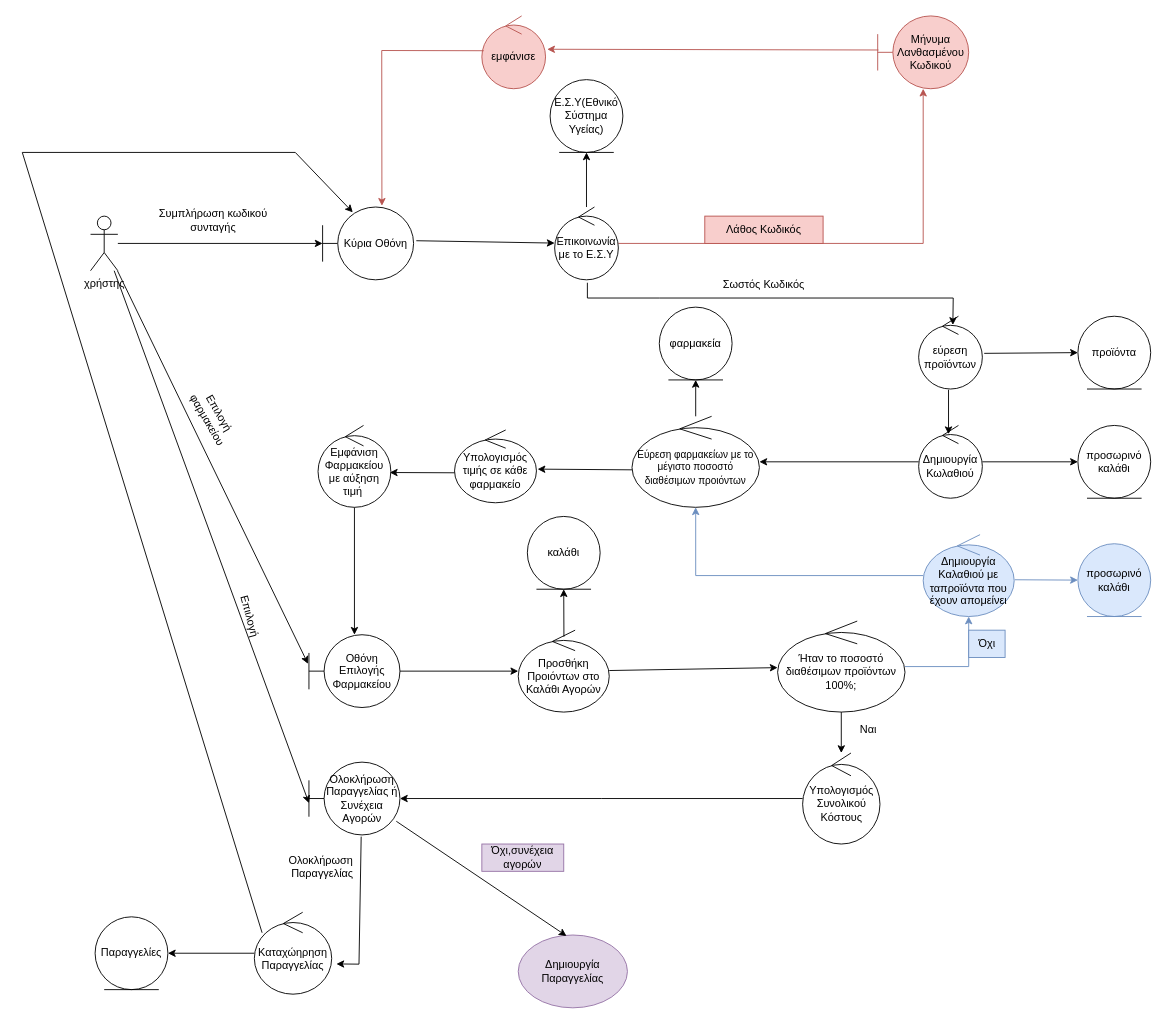
This is Παραδοτέο_6/robustness/use_case_2.drawio from Galenus-Pharmacy/GalenusPharmacies, a draw.io file, before an edit. Source tidied: cells renumbered, new cells numbered last; positions are measured from the earlier drawing's top-left corner, leaving out a move shared by most shapes. Both pictures are drawn from the tidied source at 91%, with x=0, y=0 at pixel (22, 15).
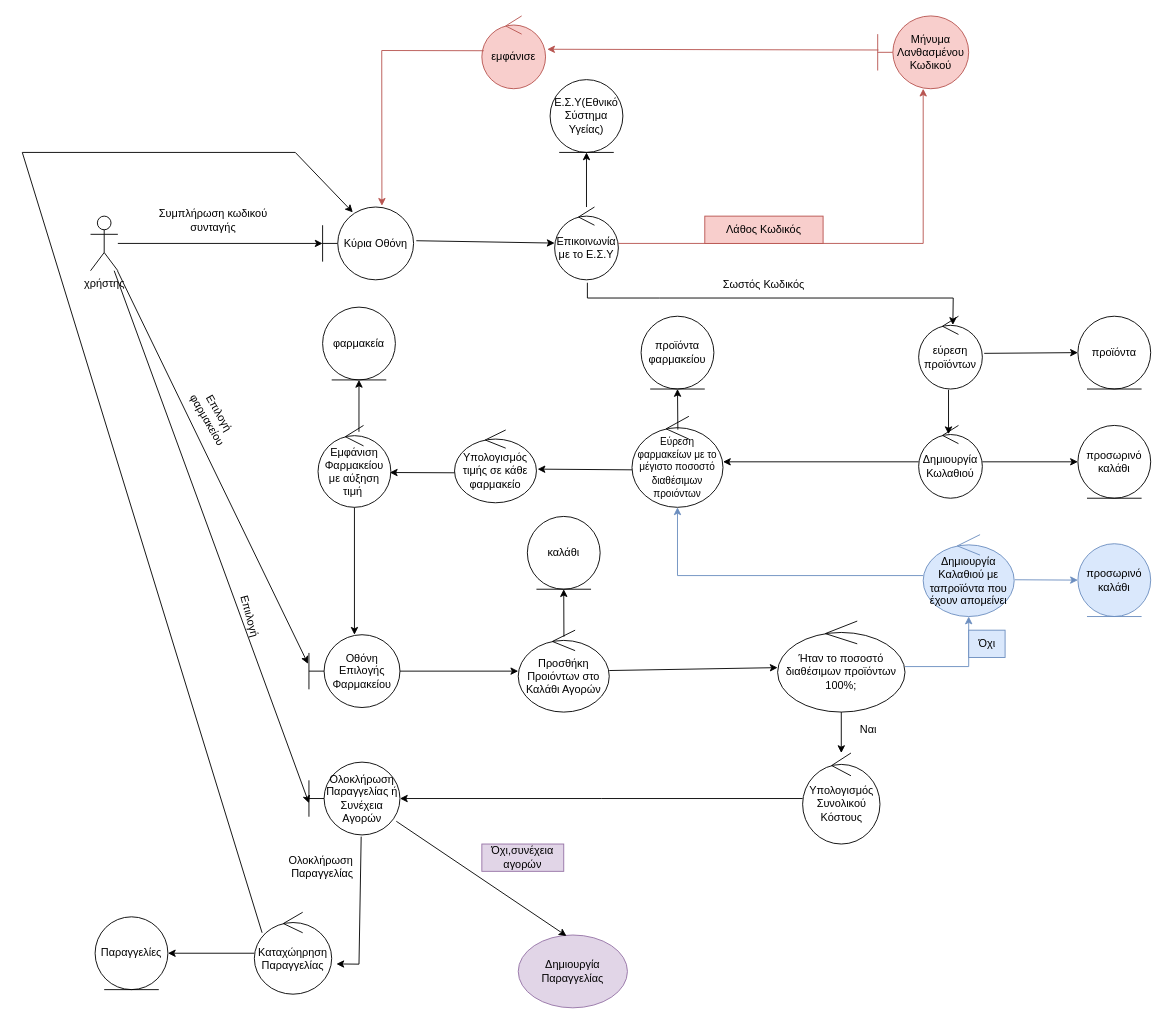
The same page after the edit.

The change refers to these unchanged cells:
```xml
<mxCell id="22" value="Εμφάνιση Φαρμακείου με αύξηση τιμή&amp;nbsp;&lt;br&gt;" style="ellipse;shape=umlControl;whiteSpace=wrap;html=1;" parent="1" vertex="1">
  <mxGeometry x="325" y="450" width="80" height="90" as="geometry" />
</mxCell>
```

Change to the diagram source:
```diff
@@
-    <mxCell id="12" style="edgeStyle=orthogonalEdgeStyle;rounded=0;jettySize=auto;html=1;entryX=0.5;entryY=1;entryDx=0;entryDy=0;" parent="1" edge="1" source="13" target="18">
+    <mxCell id="12" style="edgeStyle=orthogonalEdgeStyle;rounded=0;jettySize=auto;html=1;entryX=0.5;entryY=1;entryDx=0;entryDy=0;exitX=0.562;exitY=0.078;exitDx=0;exitDy=0;exitPerimeter=0;" parent="1" edge="1" source="22" target="18">
       <mxGeometry relative="1" as="geometry" />
     </mxCell>
     <mxCell id="13" value="&lt;font style=&quot;font-size: 11px;&quot;&gt;Εύρεση φαρμακείων με το μέγιστο ποσοστό διαθέσιμων προιόντων&lt;/font&gt;" style="ellipse;shape=umlControl;whiteSpace=wrap;html=1;" parent="1" vertex="1">
-      <mxGeometry x="670" y="440" width="140" height="100" as="geometry" />
+      <mxGeometry x="670" y="440" width="100" height="100" as="geometry" />
     </mxCell>
@@
     <mxCell id="18" value="φαρμακεία" style="ellipse;shape=umlEntity;whiteSpace=wrap;html=1;" parent="1" vertex="1">
-      <mxGeometry x="700" y="320" width="80" height="80" as="geometry" />
+      <mxGeometry x="330" y="320" width="80" height="80" as="geometry" />
     </mxCell>
@@
+    <mxCell id="65" value="προϊόντα φαρμακείου" style="ellipse;shape=umlEntity;whiteSpace=wrap;html=1;" parent="1" vertex="1">
+      <mxGeometry x="680" y="330" width="80" height="80" as="geometry" />
+    </mxCell>
+    <mxCell id="66" style="endArrow=classic;html=1;rounded=0;entryX=0.5;entryY=1;entryDx=0;entryDy=0;exitX=0.504;exitY=0.146;exitDx=0;exitDy=0;exitPerimeter=0;" parent="1" edge="1" source="13" target="65">
+      <mxGeometry relative="1" as="geometry" />
+    </mxCell>
```
